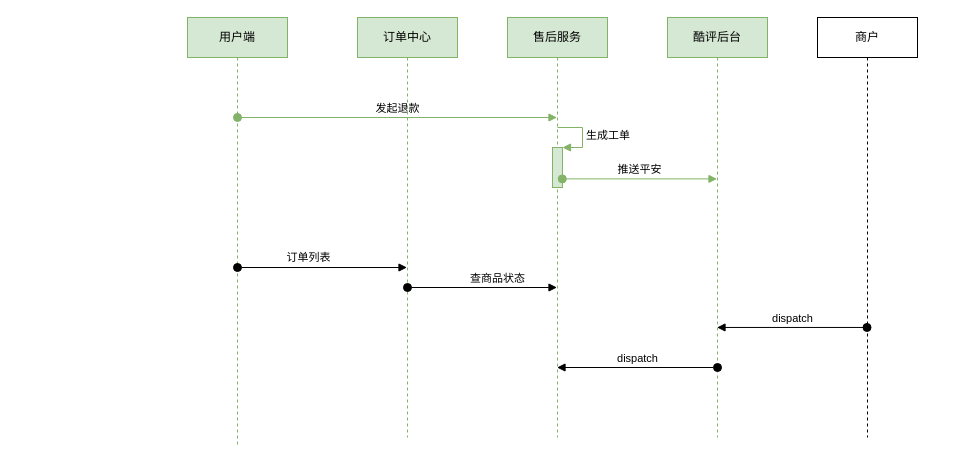
Before: page "flow" (2 of 8) of 售后服务方案.drawio in onlymuxia/Markdown, a draw.io diagram. Source tidied: cells renumbered, new cells numbered last; positions are measured from the earlier drawing's top-left corner, leaving out a move shared by most shapes. Both pictures are drawn from the tidied source at 100%, with x=0, y=0 at pixel (187, 17).
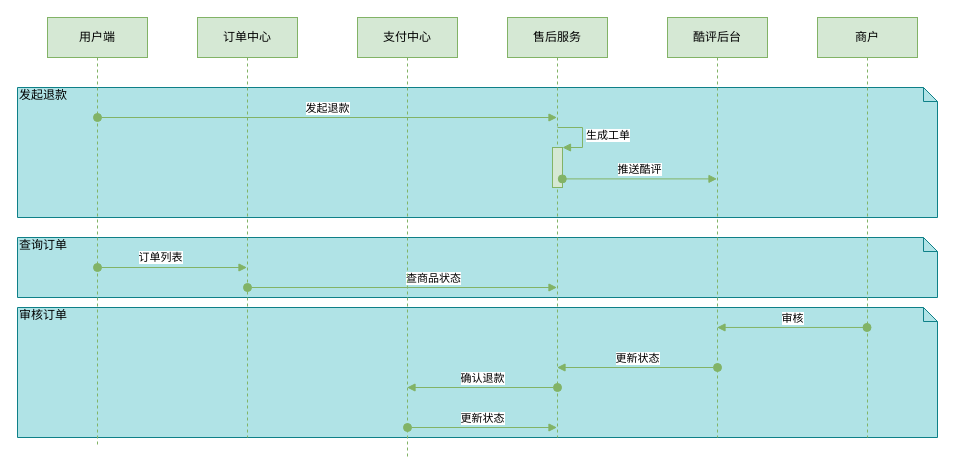
The same page after the edit.

Commit message:
Update 售后服务方案.drawio

The change refers to these unchanged cells:
```xml
<mxCell id="7" value="售后服务" style="shape=umlLifeline;perimeter=lifelinePerimeter;whiteSpace=wrap;html=1;outlineConnect=0;fillColor=#d5e8d4;strokeColor=#82b366;" parent="1" vertex="1">
  <mxGeometry x="320" width="100" height="420" as="geometry" />
</mxCell>
<mxCell id="8" style="html=1;points=[];perimeter=orthogonalPerimeter;fillColor=#d5e8d4;strokeColor=#82b366;" parent="7" vertex="1">
  <mxGeometry x="45" y="130" width="10" height="40" as="geometry" />
</mxCell>
<mxCell id="10" value="酷评后台" style="shape=umlLifeline;perimeter=lifelinePerimeter;whiteSpace=wrap;html=1;outlineConnect=0;fillColor=#d5e8d4;strokeColor=#82b366;" parent="1" vertex="1">
  <mxGeometry x="480" width="100" height="420" as="geometry" />
</mxCell>
```

What changed in the source:
```diff
@@
+    <mxCell id="15" value="审核订单" style="shape=note;whiteSpace=wrap;html=1;size=14;verticalAlign=top;align=left;spacingTop=-6;fillColor=#b0e3e6;strokeColor=#0e8088;" parent="1" vertex="1">
+      <mxGeometry x="-170" y="290" width="920" height="130" as="geometry" />
+    </mxCell>
+    <mxCell id="16" value="查询订单" style="shape=note;whiteSpace=wrap;html=1;size=14;verticalAlign=top;align=left;spacingTop=-6;fillColor=#b0e3e6;strokeColor=#0e8088;" parent="1" vertex="1">
+      <mxGeometry x="-170" y="220" width="920" height="60" as="geometry" />
+    </mxCell>
+    <mxCell id="17" value="发起退款" style="shape=note;whiteSpace=wrap;html=1;size=14;verticalAlign=top;align=left;spacingTop=-6;fillColor=#b0e3e6;strokeColor=#0e8088;" parent="1" vertex="1">
+      <mxGeometry x="-170" y="70" width="920" height="130" as="geometry" />
+    </mxCell>
     <mxCell id="2" value="用户端" style="shape=umlLifeline;perimeter=lifelinePerimeter;whiteSpace=wrap;html=1;fillColor=#d5e8d4;strokeColor=#82b366;" parent="1" vertex="1">
-      <mxGeometry width="100" height="430" as="geometry" />
+      <mxGeometry x="-140" width="100" height="430" as="geometry" />
     </mxCell>
@@
-    <mxCell id="4" value="订单列表" style="html=1;verticalAlign=bottom;startArrow=oval;startFill=1;endArrow=block;startSize=8;" parent="2" edge="1" target="5">
+    <mxCell id="4" value="订单列表" style="html=1;verticalAlign=bottom;startArrow=oval;startFill=1;endArrow=block;startSize=8;fillColor=#d5e8d4;strokeColor=#82b366;" parent="2" edge="1" target="5">
       <mxGeometry x="-0.16" y="1" relative="1" as="geometry">
         <mxPoint x="50" y="250" as="sourcePoint" />
       </mxGeometry>
     </mxCell>
     <mxCell id="5" value="订单中心" style="shape=umlLifeline;perimeter=lifelinePerimeter;whiteSpace=wrap;html=1;outlineConnect=0;fillColor=#d5e8d4;strokeColor=#82b366;" parent="1" vertex="1">
-      <mxGeometry x="170" width="100" height="420" as="geometry" />
+      <mxGeometry x="10" width="100" height="420" as="geometry" />
     </mxCell>
-    <mxCell id="6" value="查商品状态" style="html=1;verticalAlign=bottom;startArrow=oval;startFill=1;endArrow=block;startSize=8;" parent="5" edge="1" target="7">
+    <mxCell id="6" value="查商品状态" style="html=1;verticalAlign=bottom;startArrow=oval;startFill=1;endArrow=block;startSize=8;fillColor=#d5e8d4;strokeColor=#82b366;" parent="5" edge="1" target="7">
       <mxGeometry x="0.2" relative="1" as="geometry">
         <mxPoint x="50" y="270" as="sourcePoint" />
       </mxGeometry>
     </mxCell>
@@
+    <mxCell id="18" value="确认退款" style="html=1;verticalAlign=bottom;startArrow=oval;startFill=1;endArrow=block;startSize=8;fillColor=#d5e8d4;strokeColor=#82b366;" parent="7" edge="1" target="19">
+      <mxGeometry relative="1" as="geometry">
+        <mxPoint x="50" y="370" as="sourcePoint" />
+      </mxGeometry>
+    </mxCell>
@@
-    <mxCell id="11" value="dispatch" style="html=1;verticalAlign=bottom;startArrow=oval;startFill=1;endArrow=block;startSize=8;" parent="10" edge="1" target="7">
+    <mxCell id="11" value="更新状态" style="html=1;verticalAlign=bottom;startArrow=oval;startFill=1;endArrow=block;startSize=8;fillColor=#d5e8d4;strokeColor=#82b366;" parent="10" edge="1" target="7">
       <mxGeometry relative="1" as="geometry">
         <mxPoint x="50" y="350" as="sourcePoint" />
       </mxGeometry>
     </mxCell>
-    <mxCell id="12" value="推送平安" style="html=1;verticalAlign=bottom;startArrow=oval;startFill=1;endArrow=block;startSize=8;exitX=0.98;exitY=0.785;exitDx=0;exitDy=0;exitPerimeter=0;fillColor=#d5e8d4;strokeColor=#82b366;" parent="1" edge="1" source="8" target="10">
+    <mxCell id="12" value="推送酷评" style="html=1;verticalAlign=bottom;startArrow=oval;startFill=1;endArrow=block;startSize=8;exitX=0.98;exitY=0.785;exitDx=0;exitDy=0;exitPerimeter=0;fillColor=#d5e8d4;strokeColor=#82b366;" parent="1" edge="1" source="8" target="10">
       <mxGeometry relative="1" as="geometry" />
     </mxCell>
-    <mxCell id="13" value="商户" style="shape=umlLifeline;perimeter=lifelinePerimeter;whiteSpace=wrap;html=1;outlineConnect=0;" parent="1" vertex="1">
+    <mxCell id="13" value="商户" style="shape=umlLifeline;perimeter=lifelinePerimeter;whiteSpace=wrap;html=1;outlineConnect=0;fillColor=#d5e8d4;strokeColor=#82b366;" parent="1" vertex="1">
       <mxGeometry x="630" width="100" height="420" as="geometry" />
     </mxCell>
-    <mxCell id="14" value="dispatch" style="html=1;verticalAlign=bottom;startArrow=oval;startFill=1;endArrow=block;startSize=8;exitX=0.495;exitY=0.738;exitDx=0;exitDy=0;exitPerimeter=0;" parent="1" edge="1" source="13" target="10">
+    <mxCell id="14" value="审核" style="html=1;verticalAlign=bottom;startArrow=oval;startFill=1;endArrow=block;startSize=8;exitX=0.495;exitY=0.738;exitDx=0;exitDy=0;exitPerimeter=0;fillColor=#d5e8d4;strokeColor=#82b366;" parent="1" edge="1" source="13" target="10">
       <mxGeometry relative="1" as="geometry" />
     </mxCell>
+    <mxCell id="19" value="支付中心" style="shape=umlLifeline;perimeter=lifelinePerimeter;whiteSpace=wrap;html=1;outlineConnect=0;fillColor=#d5e8d4;strokeColor=#82b366;" parent="1" vertex="1">
+      <mxGeometry x="170" width="100" height="440" as="geometry" />
+    </mxCell>
+    <mxCell id="20" value="更新状态" style="html=1;verticalAlign=bottom;startArrow=oval;startFill=1;endArrow=block;startSize=8;fillColor=#d5e8d4;strokeColor=#82b366;" parent="19" edge="1" target="7">
+      <mxGeometry relative="1" as="geometry">
+        <mxPoint x="50" y="410" as="sourcePoint" />
+      </mxGeometry>
+    </mxCell>
```
